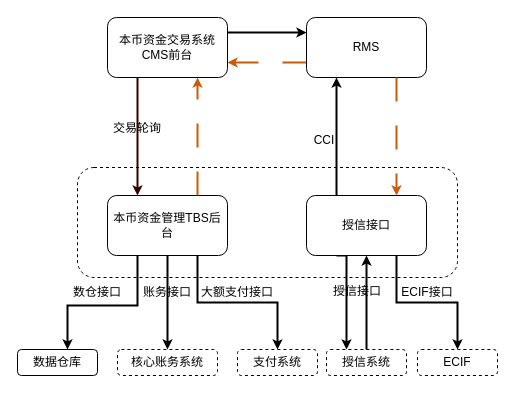
The draw.io diagram 未命名绘图.drawio in wang1254099677/qjwll, before the edit. Source tidied: cells renumbered, new cells numbered last; positions are measured from the earlier drawing's top-left corner, leaving out a move shared by most shapes. Both pictures are drawn from the tidied source at 100%, with x=0, y=0 at pixel (17, 17).
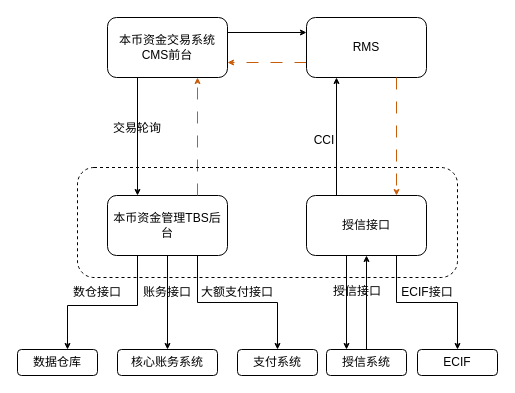
The same page after the edit.

Commit message:
华兴本币架构.drawio

Unchanged cells that the change refers to:
```xml
<mxCell id="4" value="RMS" style="rounded=1;whiteSpace=wrap;html=1;" parent="1" vertex="1">
  <mxGeometry x="289" width="120" height="60" as="geometry" />
</mxCell>
<mxCell id="9" value="本币资金管理TBS后台" style="whiteSpace=wrap;html=1;rounded=1;" parent="1" vertex="1">
  <mxGeometry x="90" y="178" width="120" height="60" as="geometry" />
</mxCell>
<mxCell id="14" value="本币资金交易系统CMS前台" style="rounded=1;whiteSpace=wrap;html=1;" parent="1" vertex="1">
  <mxGeometry x="90" width="120" height="60" as="geometry" />
</mxCell>
<mxCell id="18" value="授信接口" style="whiteSpace=wrap;html=1;rounded=1;" parent="1" vertex="1">
  <mxGeometry x="289" y="178" width="120" height="60" as="geometry" />
</mxCell>
<mxCell id="19" value="数据仓库" style="whiteSpace=wrap;html=1;rounded=1;" parent="1" vertex="1">
  <mxGeometry y="332" width="80" height="26" as="geometry" />
</mxCell>
```

Change to the diagram source:
```diff
@@
-    <mxCell id="2" style="edgeStyle=orthogonalEdgeStyle;rounded=0;jettySize=auto;html=1;exitX=1;exitY=0.25;exitDx=0;exitDy=0;entryX=0;entryY=0.25;entryDx=0;entryDy=0;strokeWidth=2;endSize=4;" parent="1" edge="1" source="14" target="4">
+    <mxCell id="2" style="edgeStyle=orthogonalEdgeStyle;rounded=0;jettySize=auto;html=1;exitX=1;exitY=0.25;exitDx=0;exitDy=0;entryX=0;entryY=0.25;entryDx=0;entryDy=0;strokeWidth=1;endSize=4;" parent="1" edge="1" source="14" target="4">
       <mxGeometry relative="1" as="geometry" />
     </mxCell>
-    <mxCell id="3" style="edgeStyle=orthogonalEdgeStyle;rounded=0;jettySize=auto;html=1;exitX=0;exitY=0.75;exitDx=0;exitDy=0;entryX=1;entryY=0.75;entryDx=0;entryDy=0;strokeWidth=2;dashed=1;dashPattern=12 12;fillColor=#fa6800;strokeColor=#C75C0A;endSize=4;" parent="1" edge="1" source="4" target="14">
+    <mxCell id="3" style="edgeStyle=orthogonalEdgeStyle;rounded=0;jettySize=auto;html=1;exitX=0;exitY=0.75;exitDx=0;exitDy=0;entryX=1;entryY=0.75;entryDx=0;entryDy=0;strokeWidth=1;dashed=1;dashPattern=12 12;fillColor=#fa6800;strokeColor=#C75C0A;endSize=4;" parent="1" edge="1" source="4" target="14">
       <mxGeometry relative="1" as="geometry" />
     </mxCell>
@@
-    <mxCell id="5" style="edgeStyle=orthogonalEdgeStyle;rounded=0;jumpStyle=none;jettySize=auto;html=1;entryX=0.25;entryY=1;entryDx=0;entryDy=0;strokeColor=default;strokeWidth=2;startSize=6;endSize=4;exitX=0.25;exitY=0;exitDx=0;exitDy=0;" parent="1" edge="1" source="18" target="4">
+    <mxCell id="5" style="edgeStyle=orthogonalEdgeStyle;rounded=0;jumpStyle=none;jettySize=auto;html=1;entryX=0.25;entryY=1;entryDx=0;entryDy=0;strokeColor=default;strokeWidth=1;startSize=6;endSize=4;exitX=0.25;exitY=0;exitDx=0;exitDy=0;" parent="1" edge="1" source="18" target="4">
       <mxGeometry relative="1" as="geometry" />
     </mxCell>
-    <mxCell id="6" style="edgeStyle=orthogonalEdgeStyle;rounded=0;jumpStyle=none;jettySize=auto;html=1;strokeColor=default;strokeWidth=2;startSize=6;endSize=4;" parent="1" edge="1" source="9" target="19">
+    <mxCell id="6" style="edgeStyle=orthogonalEdgeStyle;rounded=0;jumpStyle=none;jettySize=auto;html=1;strokeColor=default;strokeWidth=1;startSize=6;endSize=4;" parent="1" edge="1" source="9" target="19">
       <mxGeometry relative="1" as="geometry">
         <Array as="points">
           <mxPoint x="120" y="288" />
           <mxPoint x="50" y="288" />
         </Array>
       </mxGeometry>
     </mxCell>
-    <mxCell id="7" style="edgeStyle=orthogonalEdgeStyle;rounded=0;jumpStyle=none;jettySize=auto;html=1;exitX=0.5;exitY=1;exitDx=0;exitDy=0;entryX=0.5;entryY=0;entryDx=0;entryDy=0;strokeColor=default;strokeWidth=2;startSize=6;endSize=4;" parent="1" edge="1" source="9" target="21">
+    <mxCell id="7" style="edgeStyle=orthogonalEdgeStyle;rounded=0;jumpStyle=none;jettySize=auto;html=1;exitX=0.5;exitY=1;exitDx=0;exitDy=0;entryX=0.5;entryY=0;entryDx=0;entryDy=0;strokeColor=default;strokeWidth=1;startSize=6;endSize=4;" parent="1" edge="1" source="9" target="21">
       <mxGeometry relative="1" as="geometry">
         <Array as="points">
           <mxPoint x="150" y="332" />
         </Array>
       </mxGeometry>
     </mxCell>
-    <mxCell id="8" style="edgeStyle=orthogonalEdgeStyle;rounded=0;jumpStyle=none;jettySize=auto;html=1;exitX=0.75;exitY=1;exitDx=0;exitDy=0;entryX=0.5;entryY=0;entryDx=0;entryDy=0;strokeColor=default;strokeWidth=2;startSize=6;endSize=4;" parent="1" edge="1" source="9" target="23">
+    <mxCell id="8" style="edgeStyle=orthogonalEdgeStyle;rounded=0;jumpStyle=none;jettySize=auto;html=1;exitX=0.75;exitY=1;exitDx=0;exitDy=0;entryX=0.5;entryY=0;entryDx=0;entryDy=0;strokeColor=default;strokeWidth=1;startSize=6;endSize=4;" parent="1" edge="1" source="9" target="23">
       <mxGeometry relative="1" as="geometry" />
     </mxCell>
@@
-    <mxCell id="10" value="&lt;h6&gt;&lt;br&gt;&lt;/h6&gt;" style="endArrow=classic;html=1;rounded=0;strokeColor=#330000;strokeWidth=2;entryX=0.25;entryY=0;entryDx=0;entryDy=0;exitX=0.25;exitY=1;exitDx=0;exitDy=0;endSize=4;" parent="1" edge="1" source="14" target="9">
-      <mxGeometry relative="1" as="geometry" />
-    </mxCell>
-    <mxCell id="11" style="edgeStyle=orthogonalEdgeStyle;rounded=0;jettySize=auto;html=1;entryX=0.75;entryY=1;entryDx=0;entryDy=0;strokeWidth=2;dashed=1;dashPattern=12 12;fillColor=#fa6800;strokeColor=#C75C0A;exitX=0.75;exitY=0;exitDx=0;exitDy=0;endSize=4;startSize=6;jumpStyle=line;" parent="1" edge="1" source="9" target="14">
+    <mxCell id="11" style="edgeStyle=orthogonalEdgeStyle;rounded=0;jettySize=auto;html=1;entryX=0.75;entryY=1;entryDx=0;entryDy=0;strokeWidth=1;dashed=1;dashPattern=12 12;fillColor=#fa6800;strokeColor=#C75C0A;exitX=0.75;exitY=0;exitDx=0;exitDy=0;endSize=4;startSize=6;jumpStyle=line;" parent="1" edge="1" source="9" target="14">
       <mxGeometry relative="1" as="geometry" />
     </mxCell>
@@
+    <mxCell id="10" style="edgeStyle=orthogonalEdgeStyle;rounded=0;jumpStyle=none;jettySize=auto;html=1;exitX=0.25;exitY=1;exitDx=0;exitDy=0;strokeColor=default;strokeWidth=1;startSize=6;endSize=4;entryX=0.25;entryY=0;entryDx=0;entryDy=0;" parent="1" edge="1" source="14" target="9">
+      <mxGeometry relative="1" as="geometry" />
+    </mxCell>
@@
-    <mxCell id="15" style="edgeStyle=orthogonalEdgeStyle;rounded=0;jettySize=auto;html=1;strokeWidth=2;dashed=1;dashPattern=12 12;fillColor=#fa6800;strokeColor=#C75C0A;exitX=0.75;exitY=1;exitDx=0;exitDy=0;endSize=4;startSize=6;jumpStyle=line;" parent="1" edge="1" source="4">
+    <mxCell id="15" style="edgeStyle=orthogonalEdgeStyle;rounded=0;jettySize=auto;html=1;strokeWidth=1;dashed=1;dashPattern=12 12;fillColor=#fa6800;strokeColor=#C75C0A;exitX=0.75;exitY=1;exitDx=0;exitDy=0;endSize=4;startSize=6;jumpStyle=line;" parent="1" edge="1" source="4">
       <mxGeometry relative="1" as="geometry">
         <mxPoint x="379" y="178" as="targetPoint" />
       </mxGeometry>
     </mxCell>
-    <mxCell id="16" style="edgeStyle=orthogonalEdgeStyle;rounded=0;jumpStyle=none;jettySize=auto;html=1;exitX=0.75;exitY=1;exitDx=0;exitDy=0;strokeColor=default;strokeWidth=2;startSize=6;endSize=4;" parent="1" edge="1" source="18" target="27">
+    <mxCell id="16" style="edgeStyle=orthogonalEdgeStyle;rounded=0;jumpStyle=none;jettySize=auto;html=1;exitX=0.75;exitY=1;exitDx=0;exitDy=0;strokeColor=default;strokeWidth=1;startSize=6;endSize=4;" parent="1" edge="1" source="18" target="27">
       <mxGeometry relative="1" as="geometry" />
     </mxCell>
-    <mxCell id="17" style="edgeStyle=orthogonalEdgeStyle;rounded=0;jumpStyle=none;jettySize=auto;html=1;exitX=0.25;exitY=1;exitDx=0;exitDy=0;entryX=0.25;entryY=0;entryDx=0;entryDy=0;strokeColor=default;strokeWidth=2;startSize=6;endSize=4;" parent="1" edge="1" source="18" target="26">
+    <mxCell id="17" style="edgeStyle=orthogonalEdgeStyle;rounded=0;jumpStyle=none;jettySize=auto;html=1;exitX=0.25;exitY=1;exitDx=0;exitDy=0;entryX=0.25;entryY=0;entryDx=0;entryDy=0;strokeColor=default;strokeWidth=1;startSize=6;endSize=4;" parent="1" edge="1" source="18" target="26">
       <mxGeometry relative="1" as="geometry">
         <Array as="points">
           <mxPoint x="329" y="238" />
         </Array>
       </mxGeometry>
     </mxCell>
@@
-    <mxCell id="21" value="核心账务系统" style="whiteSpace=wrap;html=1;rounded=1;shadow=0;dashed=1;fillColor=none;" parent="1" vertex="1">
+    <mxCell id="21" value="核心账务系统" style="whiteSpace=wrap;html=1;rounded=1;shadow=0;fillColor=none;" parent="1" vertex="1">
       <mxGeometry x="100" y="332" width="100" height="26" as="geometry" />
     </mxCell>
@@
-    <mxCell id="23" value="支付系统" style="whiteSpace=wrap;html=1;rounded=1;shadow=0;dashed=1;fillColor=none;" parent="1" vertex="1">
+    <mxCell id="23" value="支付系统" style="whiteSpace=wrap;html=1;rounded=1;shadow=0;fillColor=none;" parent="1" vertex="1">
       <mxGeometry x="220" y="332" width="80" height="26" as="geometry" />
     </mxCell>
@@
-    <mxCell id="25" style="edgeStyle=orthogonalEdgeStyle;rounded=0;jumpStyle=none;jettySize=auto;html=1;exitX=0.5;exitY=0;exitDx=0;exitDy=0;strokeColor=default;strokeWidth=2;startSize=6;endSize=4;entryX=0.5;entryY=1;entryDx=0;entryDy=0;" parent="1" edge="1" source="26" target="18">
+    <mxCell id="25" style="edgeStyle=orthogonalEdgeStyle;rounded=0;jumpStyle=none;jettySize=auto;html=1;exitX=0.5;exitY=0;exitDx=0;exitDy=0;strokeColor=default;strokeWidth=1;startSize=6;endSize=4;entryX=0.5;entryY=1;entryDx=0;entryDy=0;" parent="1" edge="1" source="26" target="18">
       <mxGeometry relative="1" as="geometry" />
     </mxCell>
-    <mxCell id="26" value="授信系统" style="whiteSpace=wrap;html=1;rounded=1;shadow=0;dashed=1;fillColor=none;" parent="1" vertex="1">
+    <mxCell id="26" value="授信系统" style="whiteSpace=wrap;html=1;rounded=1;shadow=0;fillColor=none;" parent="1" vertex="1">
       <mxGeometry x="309" y="332" width="80" height="26" as="geometry" />
     </mxCell>
-    <mxCell id="27" value="ECIF" style="whiteSpace=wrap;html=1;rounded=1;shadow=0;dashed=1;fillColor=none;" parent="1" vertex="1">
+    <mxCell id="27" value="ECIF" style="whiteSpace=wrap;html=1;rounded=1;shadow=0;fillColor=none;" parent="1" vertex="1">
       <mxGeometry x="400" y="332" width="80" height="26" as="geometry" />
     </mxCell>
@@
+    <mxCell id="30" value="授信接口" style="text;strokeColor=none;align=center;fillColor=none;html=1;verticalAlign=middle;whiteSpace=wrap;rounded=0;" parent="1" vertex="1">
+      <mxGeometry x="300" y="259" width="80" height="30" as="geometry" />
+    </mxCell>
@@
-    <mxCell id="30" value="授信接口" style="text;strokeColor=none;align=center;fillColor=none;html=1;verticalAlign=middle;whiteSpace=wrap;rounded=0;" parent="1" vertex="1">
-      <mxGeometry x="300" y="259" width="80" height="30" as="geometry" />
-    </mxCell>
```
